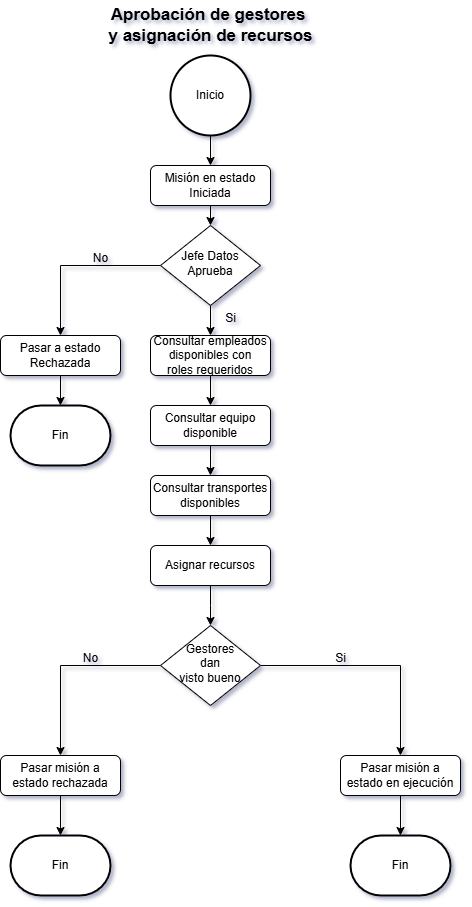
Earlier version of the draw.io export docs/assets/images/diagramas/Flujo_mision_iniciada_fondo.png (DavidAlbiGarcia/datamalkion_mod1). Source tidied: cells renumbered, new cells last; positions are measured from the earlier drawing's top-left corner, leaving out a move shared by most shapes.
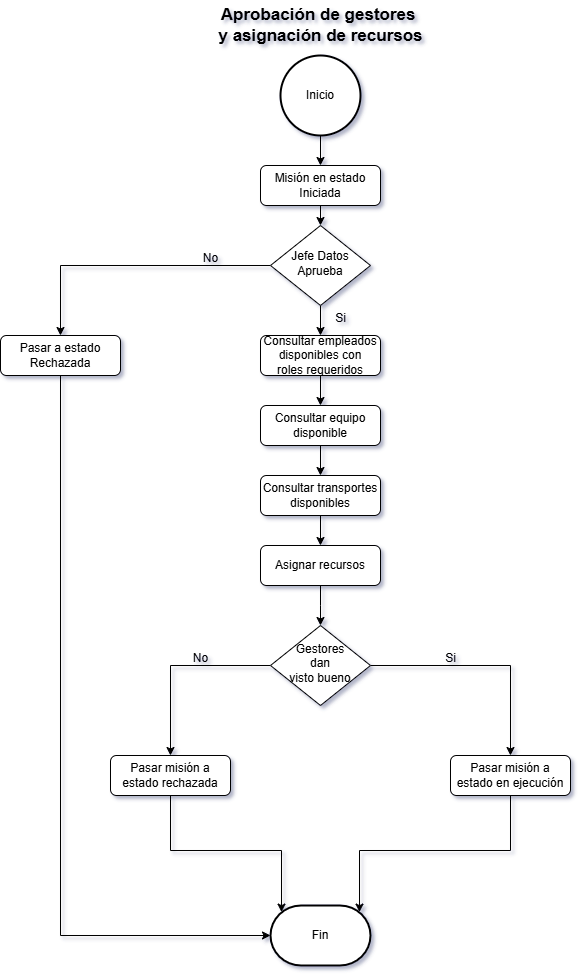
After the change.

Change to the diagram source:
```diff
@@ -17,9 +17,6 @@
     <mxCell id="6" value="Jefe Datos&lt;div&gt;Aprueba&lt;/div&gt;" style="rhombus;whiteSpace=wrap;html=1;shadow=0;fontFamily=Helvetica;fontSize=12;align=center;strokeWidth=1;spacing=6;spacingTop=-4;" parent="1" vertex="1">
       <mxGeometry x="160" y="225" width="100" height="80" as="geometry" />
     </mxCell>
-    <mxCell id="7" value="Fin" style="strokeWidth=2;html=1;shape=mxgraph.flowchart.terminator;whiteSpace=wrap;" parent="1" vertex="1">
-      <mxGeometry x="350" y="835" width="100" height="60" as="geometry" />
-    </mxCell>
     <mxCell id="8" style="edgeStyle=orthogonalEdgeStyle;rounded=0;jettySize=auto;html=1;exitX=0.5;exitY=1;exitDx=0;exitDy=0;exitPerimeter=0;entryX=0.5;entryY=0;entryDx=0;entryDy=0;" parent="1" edge="1" source="9" target="3">
       <mxGeometry relative="1" as="geometry" />
     </mxCell>
@@ -27,7 +24,7 @@
       <mxGeometry x="170" y="55" width="80" height="80" as="geometry" />
     </mxCell>
     <mxCell id="10" value="Pasar a estado Rechazada" style="rounded=1;whiteSpace=wrap;html=1;fontSize=12;glass=0;strokeWidth=1;shadow=0;" parent="1" vertex="1">
-      <mxGeometry y="335" width="120" height="40" as="geometry" />
+      <mxGeometry x="-110" y="335" width="120" height="40" as="geometry" />
     </mxCell>
     <mxCell id="11" style="edgeStyle=orthogonalEdgeStyle;rounded=0;jettySize=auto;html=1;exitX=0.5;exitY=1;exitDx=0;exitDy=0;entryX=0.5;entryY=0;entryDx=0;entryDy=0;" parent="1" edge="1" source="12" target="14">
       <mxGeometry relative="1" as="geometry" />
@@ -68,7 +65,7 @@
       <mxGeometry y="755" width="120" height="40" as="geometry" />
     </mxCell>
     <mxCell id="23" value="Fin" style="strokeWidth=2;html=1;shape=mxgraph.flowchart.terminator;whiteSpace=wrap;" parent="1" vertex="1">
-      <mxGeometry x="10" y="835" width="100" height="60" as="geometry" />
+      <mxGeometry x="160" y="905" width="100" height="60" as="geometry" />
     </mxCell>
     <mxCell id="24" value="&lt;font style=&quot;font-size: 17px;&quot;&gt;&lt;b&gt;Aprobación de gestores&amp;nbsp;&lt;/b&gt;&lt;/font&gt;&lt;div&gt;&lt;font style=&quot;font-size: 17px;&quot;&gt;&lt;b&gt;y asignación de recursos&lt;/b&gt;&lt;/font&gt;&lt;/div&gt;" style="text;html=1;align=center;verticalAlign=middle;strokeColor=none;fillColor=none;" parent="1" vertex="1">
       <mxGeometry x="95" width="230" height="50" as="geometry" />
@@ -88,17 +85,14 @@
     <mxCell id="29" value="Si" style="text;html=1;align=center;verticalAlign=middle;strokeColor=none;fillColor=none;" parent="1" vertex="1">
       <mxGeometry x="325" y="643" width="30" height="30" as="geometry" />
     </mxCell>
-    <mxCell id="30" style="edgeStyle=orthogonalEdgeStyle;rounded=0;jettySize=auto;html=1;exitX=0.5;exitY=1;exitDx=0;exitDy=0;entryX=0.5;entryY=0;entryDx=0;entryDy=0;entryPerimeter=0;" parent="1" edge="1" source="22" target="23">
+    <mxCell id="30" style="edgeStyle=orthogonalEdgeStyle;rounded=0;jettySize=auto;html=1;exitX=0.5;exitY=1;exitDx=0;exitDy=0;entryX=0.11;entryY=0.11;entryDx=0;entryDy=0;entryPerimeter=0;" parent="1" edge="1" source="22" target="23">
       <mxGeometry relative="1" as="geometry" />
     </mxCell>
-    <mxCell id="31" style="edgeStyle=orthogonalEdgeStyle;rounded=0;jettySize=auto;html=1;exitX=0.5;exitY=1;exitDx=0;exitDy=0;entryX=0.5;entryY=0;entryDx=0;entryDy=0;entryPerimeter=0;" parent="1" edge="1" source="27" target="7">
-      <mxGeometry relative="1" as="geometry" />
-    </mxCell>
-    <mxCell id="32" value="Fin" style="strokeWidth=2;html=1;shape=mxgraph.flowchart.terminator;whiteSpace=wrap;" parent="1" vertex="1">
-      <mxGeometry x="10" y="405" width="100" height="60" as="geometry" />
-    </mxCell>
-    <mxCell id="33" style="edgeStyle=orthogonalEdgeStyle;rounded=0;jettySize=auto;html=1;exitX=0.5;exitY=1;exitDx=0;exitDy=0;entryX=0.5;entryY=0;entryDx=0;entryDy=0;entryPerimeter=0;" parent="1" edge="1" source="10" target="32">
-      <mxGeometry relative="1" as="geometry" />
-    </mxCell>
+    <mxCell id="34" style="edgeStyle=orthogonalEdgeStyle;rounded=0;jettySize=auto;html=1;exitX=0.5;exitY=1;exitDx=0;exitDy=0;entryX=0.89;entryY=0.11;entryDx=0;entryDy=0;entryPerimeter=0;" parent="1" edge="1" source="27" target="23">
+      <mxGeometry relative="1" as="geometry" />
+    </mxCell>
+    <mxCell id="35" style="edgeStyle=orthogonalEdgeStyle;rounded=0;jettySize=auto;html=1;exitX=0.5;exitY=1;exitDx=0;exitDy=0;entryX=0;entryY=0.5;entryDx=0;entryDy=0;entryPerimeter=0;" parent="1" edge="1" source="10" target="23">
+      <mxGeometry relative="1" as="geometry" />
+    </mxCell>
   </root>
 </mxGraphModel>
```
